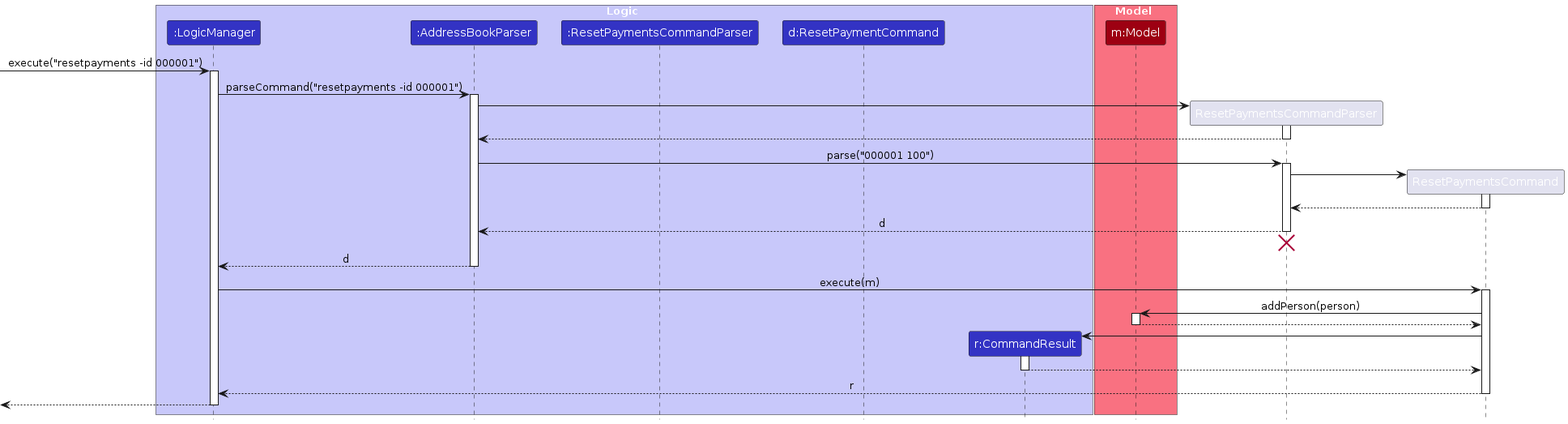
MarcusGitty/tp keeps this PlantUML diagram as diagrams/ResetPaymentsSequenceDiagram.png. Above is the earlier version. Its source is kept beside it as diagrams/ResetPaymentsSequenceDiagram.puml.
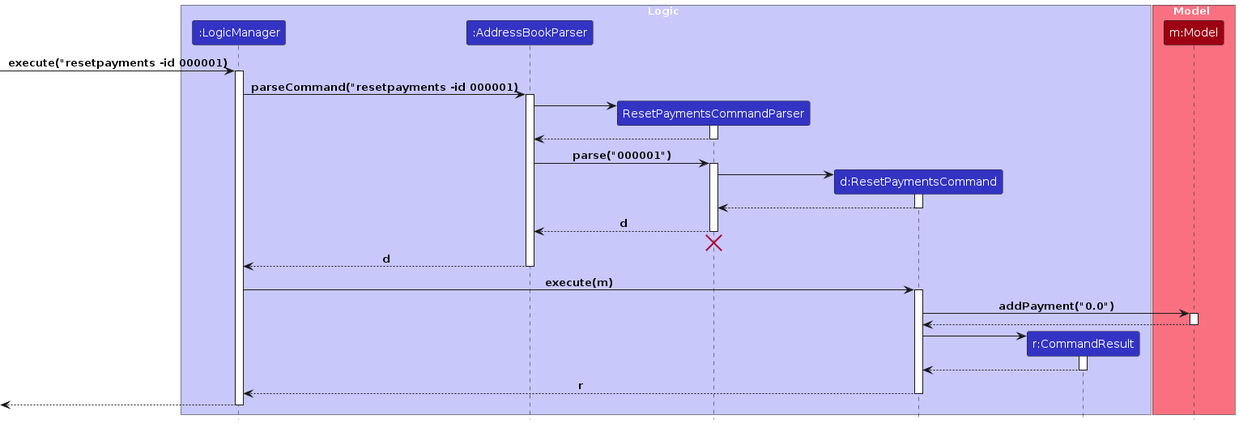
After the change.

Diff of the diagram source:
```diff
@@ -1,12 +1,11 @@
 @startuml
 !include style.puml
-skinparam ArrowFontStyle plain
 
 box Logic LOGIC_COLOR_T1
 participant ":LogicManager" as LogicManager LOGIC_COLOR
 participant ":AddressBookParser" as AddressBookParser LOGIC_COLOR
-participant ":ResetPaymentsCommandParser" as ResetPaymentCommandParser LOGIC_COLOR
-participant "d:ResetPaymentCommand" as ResetPaymentCommand LOGIC_COLOR
+participant "ResetPaymentsCommandParser" as ResetPaymentsCommandParser LOGIC_COLOR
+participant "d:ResetPaymentsCommand" as ResetPaymentsCommand LOGIC_COLOR
 participant "r:CommandResult" as CommandResult LOGIC_COLOR
 end box
 
@@ -14,10 +13,10 @@
 participant "m:Model" as Model MODEL_COLOR
 end box
 
-[-> LogicManager : execute("resetpayments -id 000001")
+[-> LogicManager : execute("resetpayments -id 000001)
 activate LogicManager
 
-LogicManager -> AddressBookParser : parseCommand("resetpayments -id 000001")
+LogicManager -> AddressBookParser : parseCommand("resetpayments -id 000001)
 activate AddressBookParser
 
 create ResetPaymentsCommandParser
@@ -27,7 +26,7 @@
 ResetPaymentsCommandParser --> AddressBookParser
 deactivate ResetPaymentsCommandParser
 
-AddressBookParser -> ResetPaymentsCommandParser : parse("000001 100")
+AddressBookParser -> ResetPaymentsCommandParser : parse("000001")
 activate ResetPaymentsCommandParser
 
 create ResetPaymentsCommand
@@ -48,7 +47,7 @@
 LogicManager -> ResetPaymentsCommand : execute(m)
 activate ResetPaymentsCommand
 
-ResetPaymentsCommand -> Model : addPerson(person)
+ResetPaymentsCommand -> Model : addPayment("0.0")
 activate Model
 
 Model --> ResetPaymentsCommand
```
